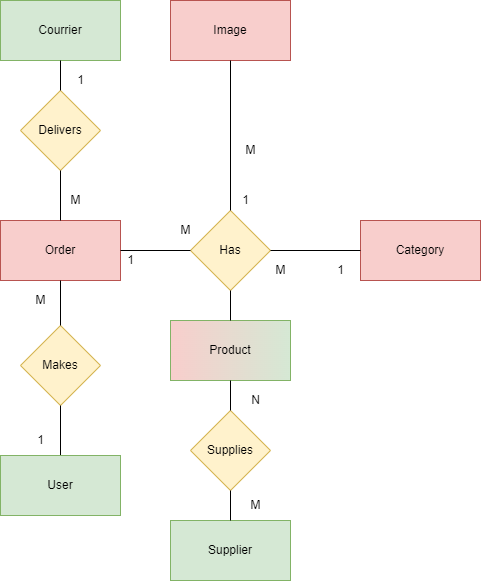
KA4I/WAD2-Team-4B-Project keeps this draw.io diagram as ER Diagram.png. Above is the earlier version. Source tidied: cells renumbered, new cells last; positions are measured from the earlier drawing's top-left corner, leaving out a move shared by most shapes.
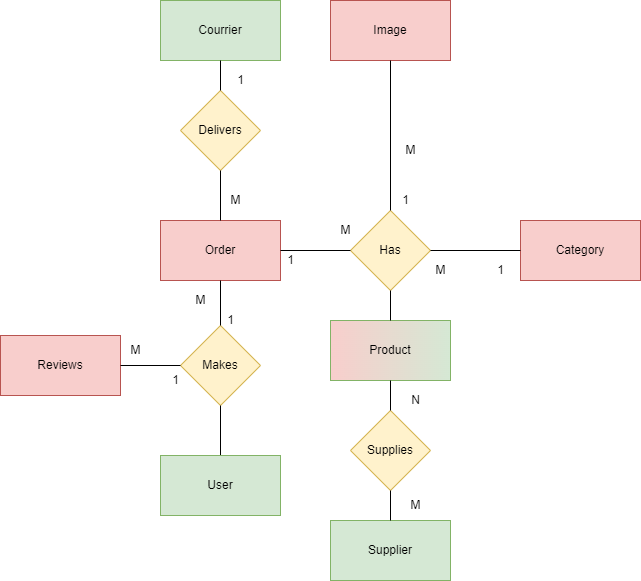
Later version of the same file.

Change to the diagram source:
```diff
@@ -81,7 +81,7 @@
       <mxGeometry y="455" width="120" height="60" as="geometry" />
     </mxCell>
     <mxCell id="28" value="1" style="text;html=1;align=center;verticalAlign=middle;fillColor=none;strokeColor=none;rounded=0;" parent="1" vertex="1">
-      <mxGeometry x="30" y="430" width="20" height="20" as="geometry" />
+      <mxGeometry x="60" y="310" width="20" height="20" as="geometry" />
     </mxCell>
     <mxCell id="29" value="Delivers" style="rhombus;whiteSpace=wrap;html=1;fillColor=#fff2cc;strokeColor=#d6b656;" parent="1" vertex="1">
       <mxGeometry x="20" y="90" width="80" height="80" as="geometry" />
@@ -101,5 +101,17 @@
     <mxCell id="34" value="1" style="text;html=1;align=center;verticalAlign=middle;fillColor=none;strokeColor=none;rounded=0;" parent="1" vertex="1">
       <mxGeometry x="120" y="250" width="20" height="20" as="geometry" />
     </mxCell>
+    <mxCell id="35" value="Reviews" style="rounded=0;whiteSpace=wrap;html=1;fillColor=#F8CECC;strokeColor=#b85450;" parent="1" vertex="1">
+      <mxGeometry x="-160" y="335" width="120" height="60" as="geometry" />
+    </mxCell>
+    <mxCell id="36" style="endArrow=none;html=1;rounded=0;entryX=1;entryY=0.5;entryDx=0;entryDy=0;exitX=0;exitY=0.5;exitDx=0;exitDy=0;" parent="1" edge="1" source="23" target="35">
+      <mxGeometry relative="1" as="geometry" />
+    </mxCell>
+    <mxCell id="37" value="1" style="text;html=1;align=center;verticalAlign=middle;fillColor=none;strokeColor=none;rounded=0;" parent="1" vertex="1">
+      <mxGeometry x="5" y="370" width="20" height="20" as="geometry" />
+    </mxCell>
+    <mxCell id="38" value="M" style="text;html=1;align=center;verticalAlign=middle;fillColor=none;strokeColor=none;rounded=0;" parent="1" vertex="1">
+      <mxGeometry x="-40" y="340" width="30" height="20" as="geometry" />
+    </mxCell>
   </root>
 </mxGraphModel>
```
